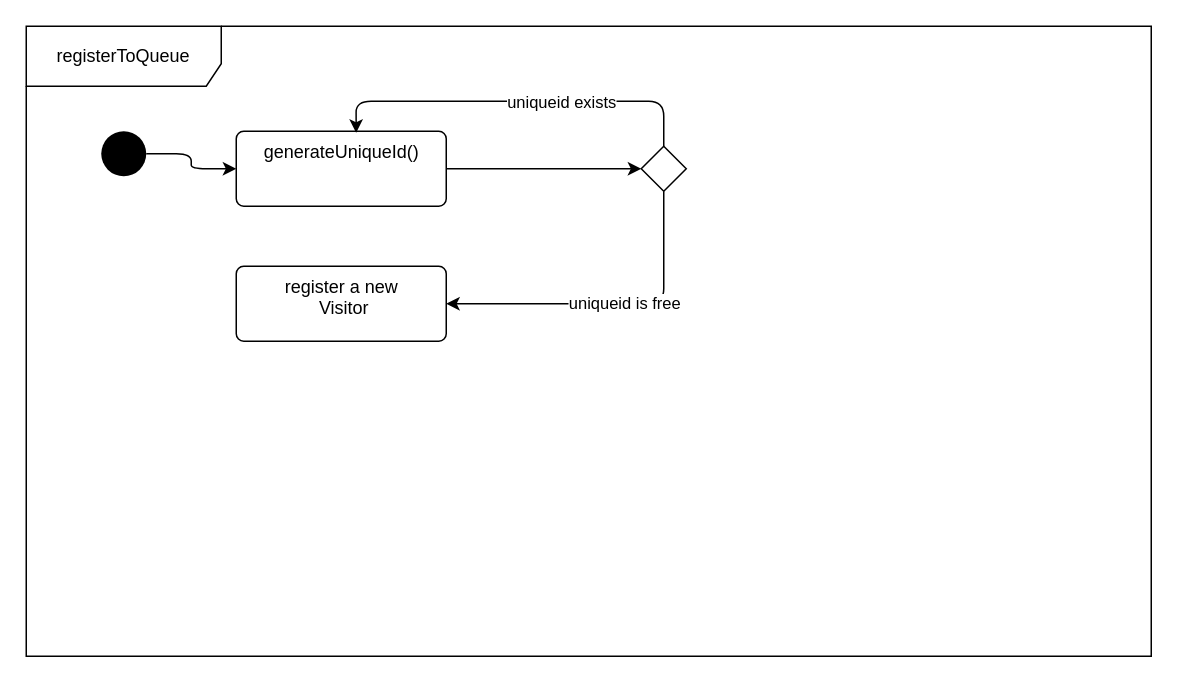
Before: page "process: registerToQueue()" (5 of 7) of docs/main.drawio in itay-bardugo/knocqueue, a draw.io diagram. Source tidied: cells renumbered, new cells numbered last; positions are measured from the earlier drawing's top-left corner, leaving out a move shared by most shapes. Both pictures are drawn from the tidied source at 150%, with x=0, y=0 at pixel (26, 26).
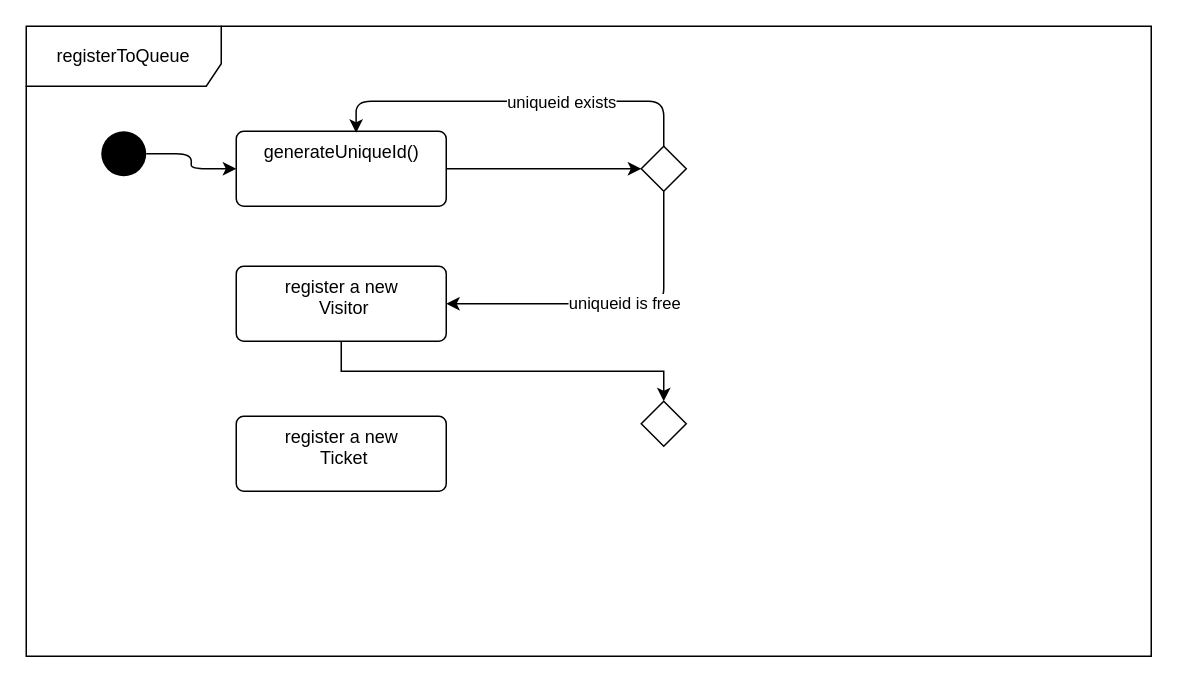
Above is the later version.

Diff of the diagram source:
```diff
@@
 <mxGraphModel>
   <root>
     <mxCell id="0" />
     <mxCell id="1" parent="0" />
     <mxCell id="2" value="registerToQueue" style="shape=umlFrame;whiteSpace=wrap;html=1;width=130;height=40;" parent="1" vertex="1">
       <mxGeometry width="750" height="420" as="geometry" />
     </mxCell>
     <mxCell id="3" style="edgeStyle=orthogonalEdgeStyle;rounded=1;jettySize=auto;html=1;" parent="1" edge="1" source="4" target="6">
       <mxGeometry relative="1" as="geometry" />
     </mxCell>
     <mxCell id="4" style="ellipse;fillColor=#000000;strokeColor=none;" parent="1" vertex="1">
       <mxGeometry x="50" y="70" width="30" height="30" as="geometry" />
     </mxCell>
     <mxCell id="5" style="edgeStyle=orthogonalEdgeStyle;rounded=1;jettySize=auto;html=1;" parent="1" edge="1" source="6" target="11">
       <mxGeometry relative="1" as="geometry" />
     </mxCell>
     <mxCell id="6" value="generateUniqueId()" style="html=1;align=center;verticalAlign=top;rounded=1;absoluteArcSize=1;arcSize=10;dashed=0;" parent="1" vertex="1">
       <mxGeometry x="140" y="70" width="140" height="50" as="geometry" />
     </mxCell>
     <mxCell id="7" style="edgeStyle=orthogonalEdgeStyle;rounded=1;jettySize=auto;html=1;entryX=0.571;entryY=0.02;entryDx=0;entryDy=0;entryPerimeter=0;" parent="1" edge="1" source="11" target="6">
       <mxGeometry relative="1" as="geometry">
         <Array as="points">
           <mxPoint x="425" y="50" />
           <mxPoint x="220" y="50" />
         </Array>
       </mxGeometry>
     </mxCell>
     <mxCell id="8" value="uniqueid exists" style="edgeLabel;html=1;align=center;verticalAlign=middle;" parent="7" vertex="1">
       <mxGeometry x="-0.23" relative="1" as="geometry" />
     </mxCell>
     <mxCell id="9" style="edgeStyle=orthogonalEdgeStyle;rounded=1;jettySize=auto;html=1;entryX=1;entryY=0.5;entryDx=0;entryDy=0;exitX=0.5;exitY=1;exitDx=0;exitDy=0;" parent="1" edge="1" source="11" target="12">
       <mxGeometry relative="1" as="geometry" />
     </mxCell>
     <mxCell id="10" value="uniqueid is free" style="edgeLabel;html=1;align=center;verticalAlign=middle;" parent="9" vertex="1">
       <mxGeometry x="-0.07" y="-1" relative="1" as="geometry" />
     </mxCell>
     <mxCell id="11" style="rhombus;" parent="1" vertex="1">
       <mxGeometry x="410" y="80" width="30" height="30" as="geometry" />
     </mxCell>
+    <mxCell id="13" style="edgeStyle=orthogonalEdgeStyle;rounded=0;jettySize=auto;html=1;entryX=0.5;entryY=0;entryDx=0;entryDy=0;exitX=0.5;exitY=1;exitDx=0;exitDy=0;" parent="1" edge="1" source="12" target="15">
+      <mxGeometry relative="1" as="geometry" />
+    </mxCell>
     <mxCell id="12" value="register a new&lt;br&gt;&amp;nbsp;Visitor" style="html=1;align=center;verticalAlign=top;rounded=1;absoluteArcSize=1;arcSize=10;dashed=0;" parent="1" vertex="1">
       <mxGeometry x="140" y="160" width="140" height="50" as="geometry" />
     </mxCell>
+    <mxCell id="14" value="register a new&lt;br&gt;&amp;nbsp;Ticket" style="html=1;align=center;verticalAlign=top;rounded=1;absoluteArcSize=1;arcSize=10;dashed=0;" parent="1" vertex="1">
+      <mxGeometry x="140" y="260" width="140" height="50" as="geometry" />
+    </mxCell>
+    <mxCell id="15" style="rhombus;" parent="1" vertex="1">
+      <mxGeometry x="410" y="250" width="30" height="30" as="geometry" />
+    </mxCell>
   </root>
 </mxGraphModel>
```
